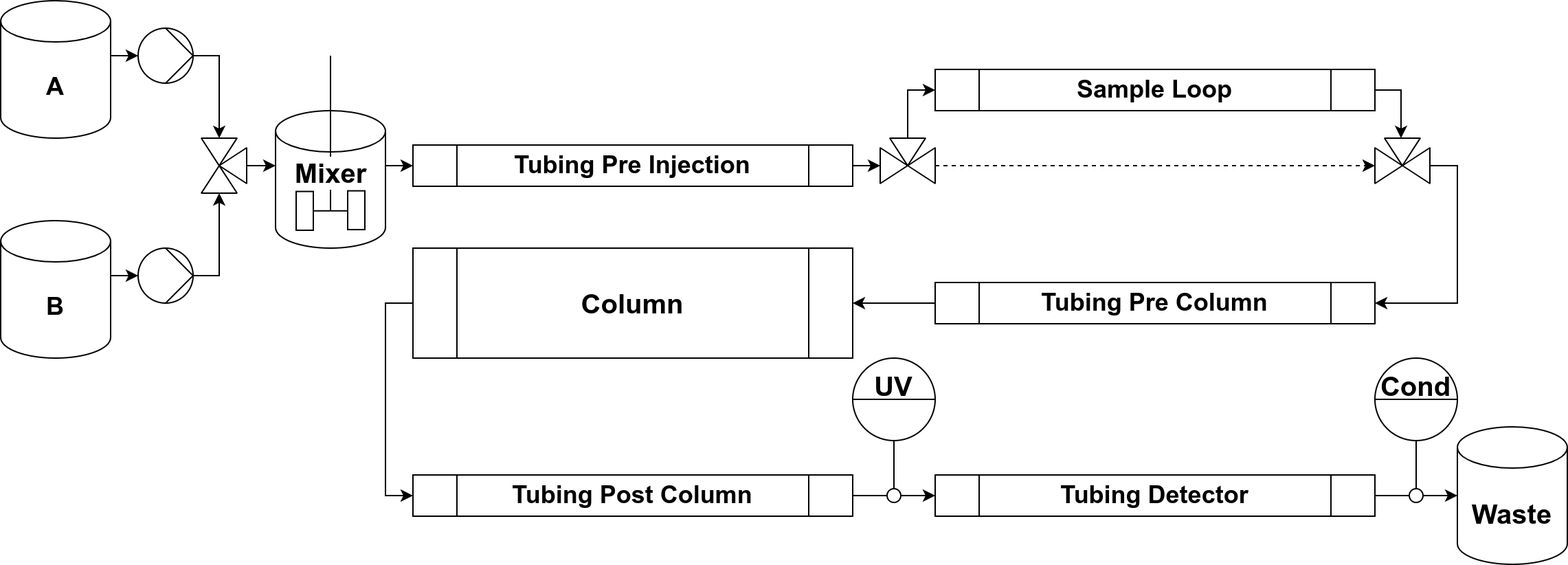
Above: doc/05_characterization/figures/knauer_model.png in schmoelder/diss (draw.io), before the change. Source tidied: cells renumbered, new cells last; positions are measured from the earlier drawing's top-left corner, leaving out a move shared by most shapes.
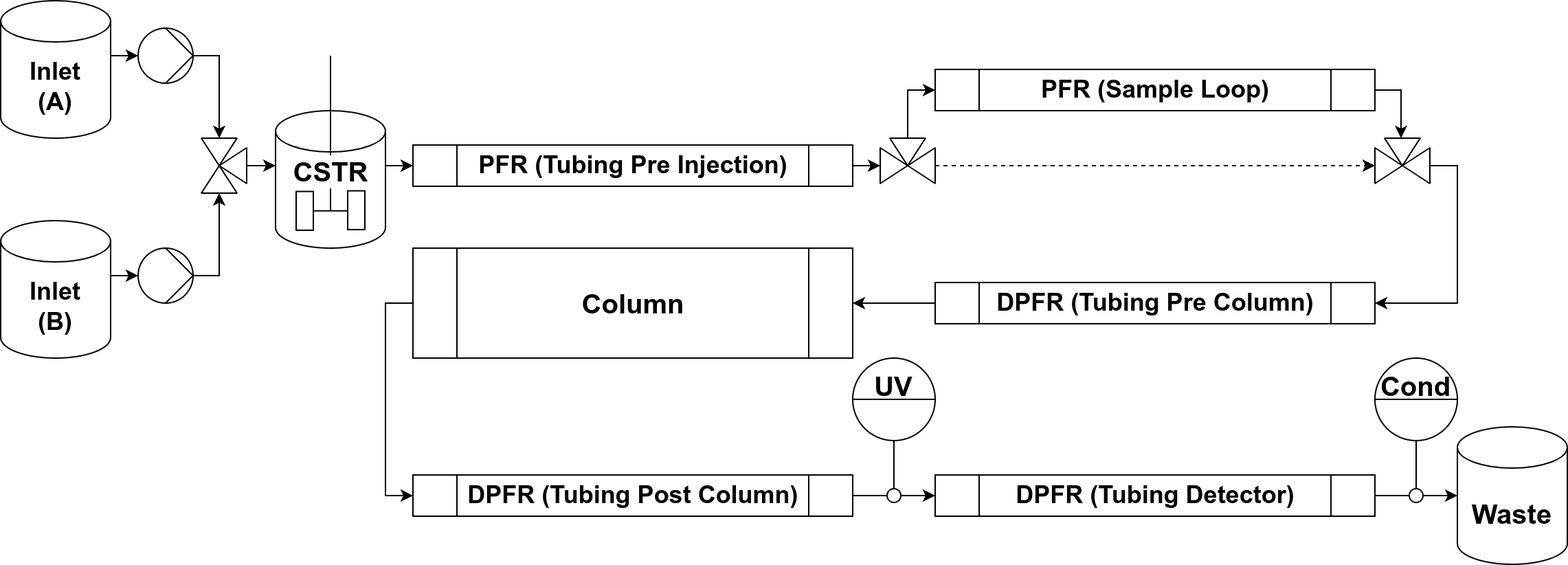
After the commit.

What changed in the source:
```diff
@@ -11,13 +11,13 @@
     <mxCell id="4" style="edgeStyle=orthogonalEdgeStyle;rounded=0;jettySize=auto;html=1;entryX=0.5;entryY=1;entryDx=0;entryDy=0;entryPerimeter=0;exitX=1;exitY=0.4;exitDx=0;exitDy=0;strokeWidth=1;fontSize=18;" parent="2" edge="1" source="5" target="3">
       <mxGeometry relative="1" as="geometry" />
     </mxCell>
-    <mxCell id="5" value="A" style="shape=cylinder3;whiteSpace=wrap;html=1;boundedLbl=1;backgroundOutline=1;size=15;rounded=1;fontSize=18;strokeWidth=1;fontStyle=1;points=[[0,0.4],[1,0.4]];" parent="2" vertex="1">
+    <mxCell id="5" value="Inlet &lt;br&gt;(A)" style="shape=cylinder3;whiteSpace=wrap;html=1;boundedLbl=1;backgroundOutline=1;size=15;rounded=1;fontSize=18;strokeWidth=1;fontStyle=1;points=[[0,0.4],[1,0.4]];" parent="2" vertex="1">
       <mxGeometry width="80" height="100" as="geometry" />
     </mxCell>
     <mxCell id="6" value="&lt;font style=&quot;font-size: 20px;&quot;&gt;&lt;b style=&quot;font-size: 20px;&quot;&gt;Column&lt;/b&gt;&lt;/font&gt;" style="shape=process;whiteSpace=wrap;html=1;backgroundOutline=1;rotation=0;fontSize=20;strokeWidth=1;" parent="1" vertex="1">
       <mxGeometry x="300" y="180" width="320" height="80" as="geometry" />
     </mxCell>
-    <mxCell id="7" value="&lt;b&gt;Tubing Pre Injection&lt;/b&gt;" style="shape=process;whiteSpace=wrap;html=1;backgroundOutline=1;rotation=0;direction=east;strokeWidth=1;fontSize=18;" parent="1" vertex="1">
+    <mxCell id="7" value="&lt;b&gt;PFR (Tubing Pre Injection)&lt;/b&gt;" style="shape=process;whiteSpace=wrap;html=1;backgroundOutline=1;rotation=0;direction=east;strokeWidth=1;fontSize=18;" parent="1" vertex="1">
       <mxGeometry x="300" y="105" width="320" height="30" as="geometry" />
     </mxCell>
     <mxCell id="8" style="edgeStyle=orthogonalEdgeStyle;rounded=0;jettySize=auto;html=1;fontSize=18;strokeWidth=1;exitX=0.5;exitY=0;exitDx=0;exitDy=0;exitPerimeter=0;entryX=0.5;entryY=1;entryDx=0;entryDy=0;" parent="1" edge="1" source="3" target="38">
@@ -55,13 +55,13 @@
     <mxCell id="16" style="triangle;whiteSpace=wrap;html=1;fontSize=20;strokeWidth=1;rounded=1;arcSize=0.5;rotation=0;direction=south;" parent="13" vertex="1">
       <mxGeometry x="7" width="26" height="20" as="geometry" />
     </mxCell>
-    <mxCell id="17" value="&lt;font style=&quot;font-size: 18px;&quot;&gt;&lt;b style=&quot;font-size: 18px;&quot;&gt;Tubing Post Column&lt;/b&gt;&lt;/font&gt;" style="shape=process;whiteSpace=wrap;html=1;backgroundOutline=1;rotation=0;direction=east;strokeWidth=1;fontSize=18;" parent="1" vertex="1">
+    <mxCell id="17" value="&lt;b style=&quot;color: rgb(0, 0, 0);&quot;&gt;DPFR (Tubing Post Column)&lt;/b&gt;" style="shape=process;whiteSpace=wrap;html=1;backgroundOutline=1;rotation=0;direction=east;strokeWidth=1;fontSize=18;" parent="1" vertex="1">
       <mxGeometry x="300" y="345" width="320" height="30" as="geometry" />
     </mxCell>
-    <mxCell id="18" value="&lt;font style=&quot;font-size: 18px;&quot;&gt;&lt;b style=&quot;font-size: 18px;&quot;&gt;Sample Loop&lt;/b&gt;&lt;/font&gt;" style="shape=process;whiteSpace=wrap;html=1;backgroundOutline=1;rotation=0;direction=east;strokeWidth=1;fontSize=18;" parent="1" vertex="1">
+    <mxCell id="18" value="&lt;b&gt;PFR (&lt;/b&gt;&lt;b&gt;Sample Loop)&lt;/b&gt;" style="shape=process;whiteSpace=wrap;html=1;backgroundOutline=1;rotation=0;direction=east;strokeWidth=1;fontSize=18;" parent="1" vertex="1">
       <mxGeometry x="680" y="50" width="320" height="30" as="geometry" />
     </mxCell>
-    <mxCell id="19" value="&lt;font style=&quot;font-size: 18px;&quot;&gt;&lt;b style=&quot;font-size: 18px;&quot;&gt;Tubing Pre Column&lt;/b&gt;&lt;/font&gt;" style="shape=process;whiteSpace=wrap;html=1;backgroundOutline=1;rotation=0;direction=east;strokeWidth=1;fontSize=18;" parent="1" vertex="1">
+    <mxCell id="19" value="&lt;b&gt;DPFR (Tubing Pre Column)&lt;/b&gt;" style="shape=process;whiteSpace=wrap;html=1;backgroundOutline=1;rotation=0;direction=east;strokeWidth=1;fontSize=18;" parent="1" vertex="1">
       <mxGeometry x="680" y="205" width="320" height="30" as="geometry" />
     </mxCell>
     <mxCell id="20" style="edgeStyle=orthogonalEdgeStyle;rounded=0;jumpStyle=arc;jettySize=auto;html=1;fontSize=18;strokeWidth=1;entryX=0;entryY=0.5;entryDx=0;entryDy=0;exitX=1;exitY=0.5;exitDx=0;exitDy=0;" parent="1" edge="1" source="7" target="14">
@@ -108,7 +108,7 @@
     <mxCell id="31" style="edgeStyle=orthogonalEdgeStyle;rounded=0;jumpStyle=arc;jettySize=auto;html=1;fontSize=18;strokeWidth=1;entryX=1;entryY=0.5;entryDx=0;entryDy=0;" parent="1" edge="1" source="19" target="6">
       <mxGeometry relative="1" as="geometry" />
     </mxCell>
-    <mxCell id="32" value="&lt;font style=&quot;font-size: 18px;&quot;&gt;&lt;b style=&quot;font-size: 18px;&quot;&gt;Tubing Detector&lt;/b&gt;&lt;/font&gt;" style="shape=process;whiteSpace=wrap;html=1;backgroundOutline=1;rotation=0;direction=east;strokeWidth=1;fontSize=18;" parent="1" vertex="1">
+    <mxCell id="32" value="&lt;b&gt;DPFR (Tubing Detector)&lt;/b&gt;" style="shape=process;whiteSpace=wrap;html=1;backgroundOutline=1;rotation=0;direction=east;strokeWidth=1;fontSize=18;" parent="1" vertex="1">
       <mxGeometry x="680" y="345" width="320" height="30" as="geometry" />
     </mxCell>
     <mxCell id="33" value="Waste" style="shape=cylinder3;whiteSpace=wrap;html=1;boundedLbl=1;backgroundOutline=1;size=15;rounded=1;fontSize=20;strokeWidth=1;fontStyle=1;points=[[0, 0.5],[1, 0.5],[0,0.4],[1,0.4]];" parent="1" vertex="1">
@@ -180,7 +180,7 @@
     <mxCell id="55" style="edgeStyle=orthogonalEdgeStyle;rounded=0;jettySize=auto;html=1;entryX=0.5;entryY=1;entryDx=0;entryDy=0;entryPerimeter=0;exitX=1;exitY=0.4;exitDx=0;exitDy=0;strokeWidth=1;fontSize=18;" parent="53" edge="1" source="56" target="54">
       <mxGeometry relative="1" as="geometry" />
     </mxCell>
-    <mxCell id="56" value="B" style="shape=cylinder3;whiteSpace=wrap;html=1;boundedLbl=1;backgroundOutline=1;size=15;rounded=1;fontSize=18;strokeWidth=1;fontStyle=1;points=[[0,0.4],[1,0.4]];" parent="53" vertex="1">
+    <mxCell id="56" value="Inlet&lt;br&gt;(B)" style="shape=cylinder3;whiteSpace=wrap;html=1;boundedLbl=1;backgroundOutline=1;size=15;rounded=1;fontSize=18;strokeWidth=1;fontStyle=1;points=[[0,0.4],[1,0.4]];" parent="53" vertex="1">
       <mxGeometry width="80" height="100" as="geometry" />
     </mxCell>
     <mxCell id="57" style="group;strokeWidth=1;fontSize=20;" parent="1" vertex="1">
@@ -189,7 +189,7 @@
     <mxCell id="58" style="shape=cylinder3;whiteSpace=wrap;html=1;boundedLbl=1;backgroundOutline=1;size=15;rounded=1;fontSize=20;strokeWidth=1;fontStyle=1;points=[[0,0.4],[1,0.4]];verticalAlign=top;labelBackgroundColor=default;horizontal=1;spacingTop=-5;" parent="57" vertex="1">
       <mxGeometry y="40" width="80" height="100" as="geometry" />
     </mxCell>
-    <mxCell id="59" value="&lt;b&gt;Mixer&lt;/b&gt;" style="shape=mxgraph.pid.agitators.agitator_(disc);html=1;align=center;verticalLabelPosition=middle;verticalAlign=middle;dashed=0;rounded=0;sketch=0;fontSize=20;strokeWidth=1;labelPosition=center;spacingBottom=-42;labelBackgroundColor=default;" parent="57" vertex="1">
+    <mxCell id="59" value="&lt;b&gt;CSTR&lt;/b&gt;" style="shape=mxgraph.pid.agitators.agitator_(disc);html=1;align=center;verticalLabelPosition=middle;verticalAlign=middle;dashed=0;rounded=0;sketch=0;fontSize=20;strokeWidth=1;labelPosition=center;spacingBottom=-42;labelBackgroundColor=default;" parent="57" vertex="1">
       <mxGeometry x="15" width="50" height="127" as="geometry" />
     </mxCell>
   </root>
```
